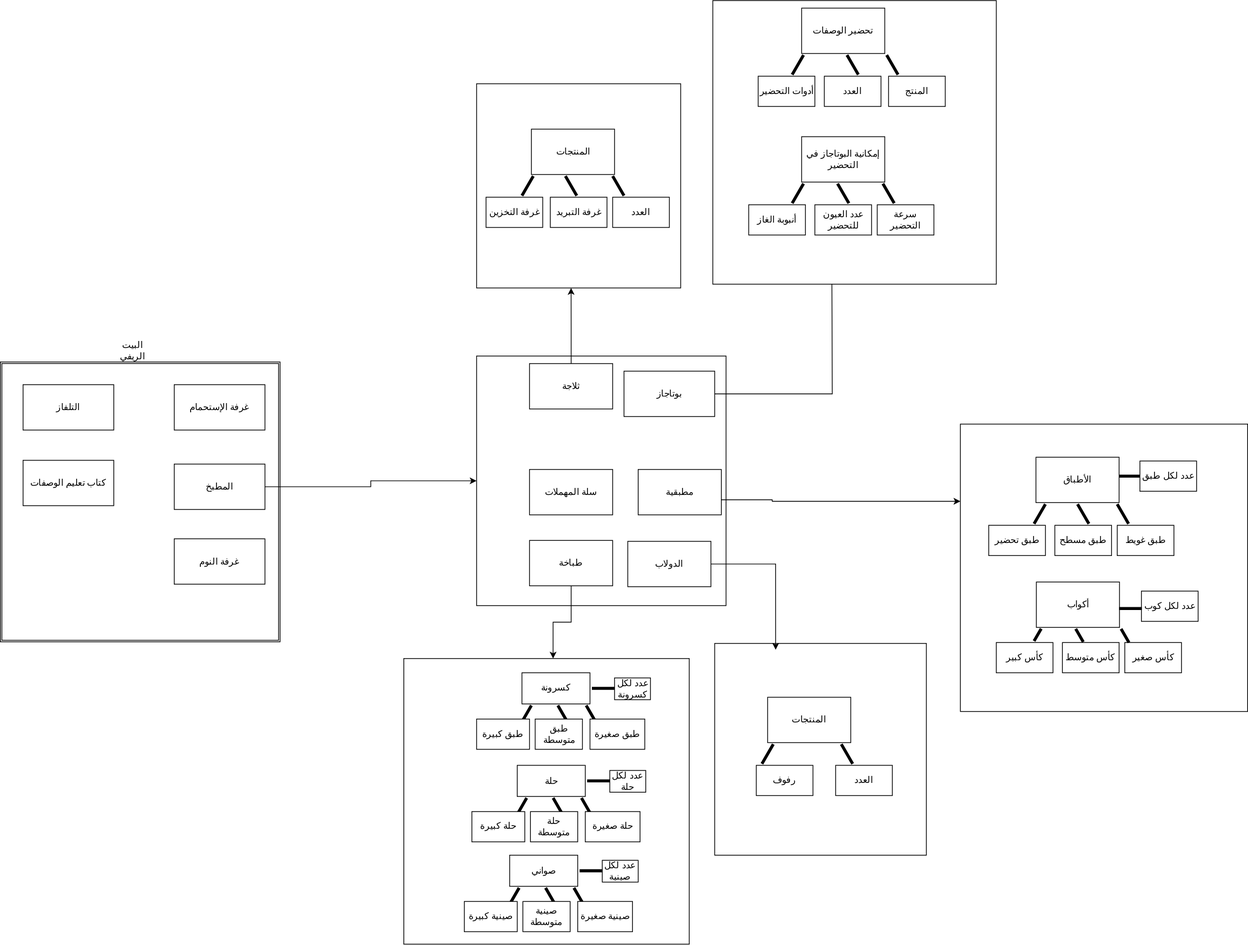
Earlier version of the draw.io export بيت الريف.svg (mahmoud-y0usef/chefo-uml). Source tidied: cells renumbered, new cells last; positions are measured from the earlier drawing's top-left corner, leaving out a move shared by most shapes.
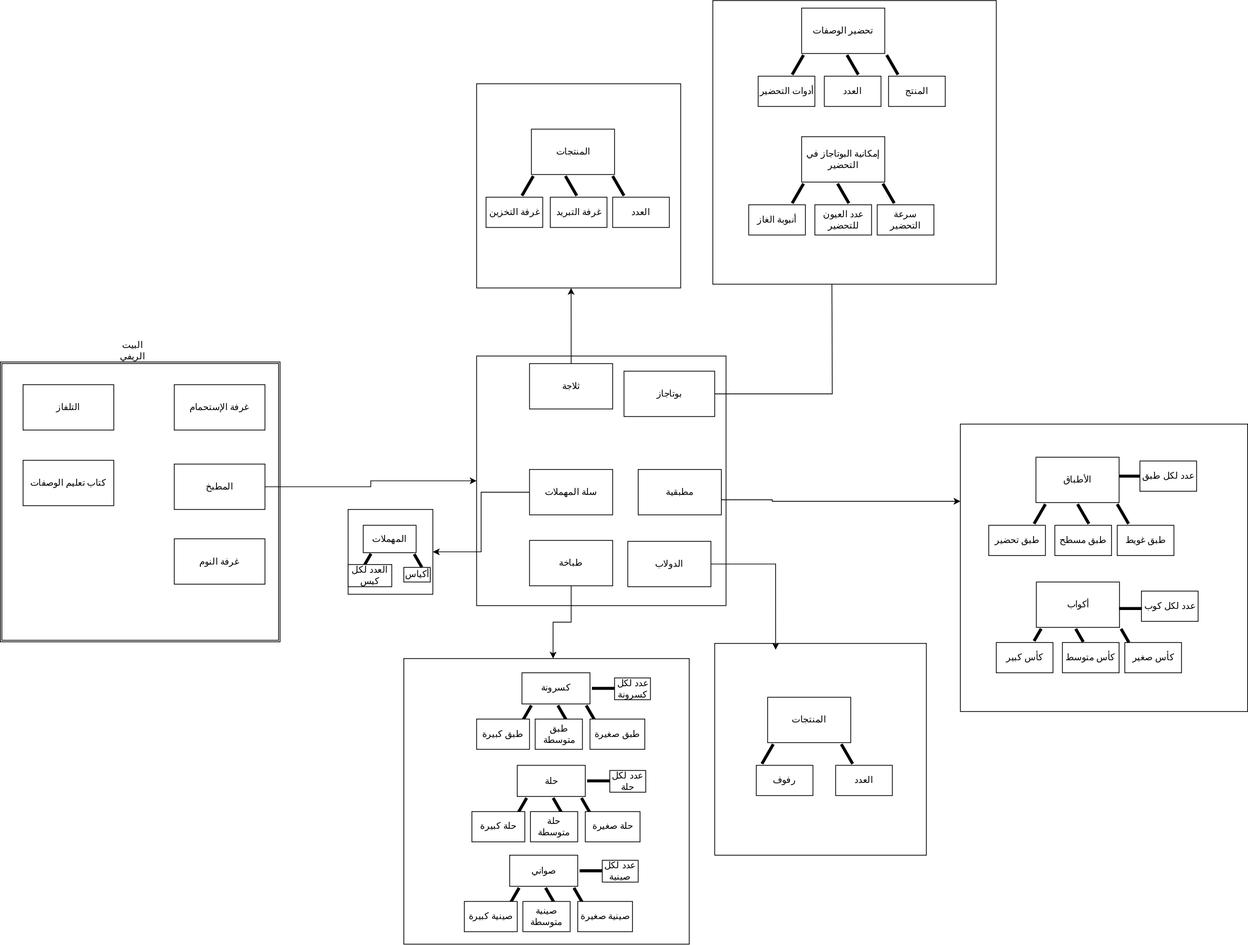
The same file after the commit.

The edit, as a diff of the source:
```diff
@@ -307,8 +307,29 @@
     <mxCell id="98" value="عدد لكل صينية" style="whiteSpace=wrap;html=1;rounded=0;labelBackgroundColor=none;" parent="1" vertex="1">
       <mxGeometry x="796.2" y="1136.8" width="47.5" height="28.8" as="geometry" />
     </mxCell>
+    <mxCell id="100" style="edgeStyle=orthogonalEdgeStyle;rounded=0;jettySize=auto;html=1;entryX=1;entryY=0.5;entryDx=0;entryDy=0;" parent="1" edge="1" source="99" target="101">
+      <mxGeometry relative="1" as="geometry" />
+    </mxCell>
     <mxCell id="99" value="سلة المهملات" style="rounded=0;whiteSpace=wrap;html=1;labelBackgroundColor=none;" parent="1" vertex="1">
       <mxGeometry x="700" y="620" width="110" height="60" as="geometry" />
     </mxCell>
+    <mxCell id="101" style="whiteSpace=wrap;html=1;labelBackgroundColor=none;" parent="1" vertex="1">
+      <mxGeometry x="460" y="672.9" width="112.1" height="112.1" as="geometry" />
+    </mxCell>
+    <mxCell id="102" value="المهملات" style="rounded=0;whiteSpace=wrap;html=1;labelBackgroundColor=none;" parent="1" vertex="1">
+      <mxGeometry x="480" y="693.8" width="70" height="36.2" as="geometry" />
+    </mxCell>
+    <mxCell id="103" style="line;strokeWidth=4;direction=south;html=1;perimeter=backbonePerimeter;rotation=30;labelBackgroundColor=none;" parent="1" vertex="1">
+      <mxGeometry x="480" y="730.1" width="10" height="21.2" as="geometry" />
+    </mxCell>
+    <mxCell id="104" style="line;strokeWidth=4;direction=south;html=1;perimeter=backbonePerimeter;rotation=-30;labelBackgroundColor=none;" parent="1" vertex="1">
+      <mxGeometry x="547.5" y="730.7" width="10" height="20" as="geometry" />
+    </mxCell>
+    <mxCell id="105" value="أكياس" style="whiteSpace=wrap;html=1;rounded=0;labelBackgroundColor=none;" parent="1" vertex="1">
+      <mxGeometry x="533.7" y="749.5" width="35" height="19.3" as="geometry" />
+    </mxCell>
+    <mxCell id="106" value="العدد لكل كيس" style="whiteSpace=wrap;html=1;rounded=0;labelBackgroundColor=none;" parent="1" vertex="1">
+      <mxGeometry x="460" y="745.7" width="57.8" height="29.3" as="geometry" />
+    </mxCell>
   </root>
 </mxGraphModel>
```
